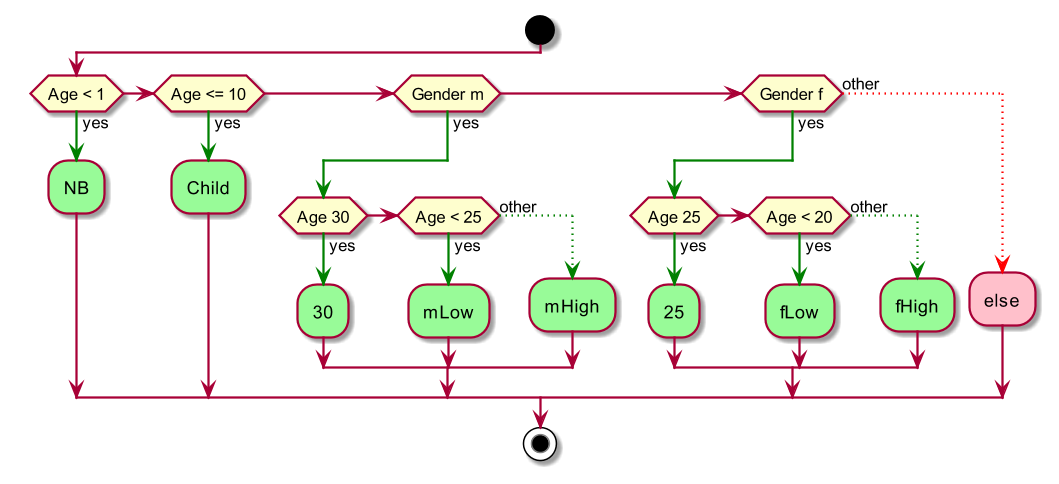
This is StrIntegerDecisionStringOutputTable.png from GiovaniPM/DMNTests, a PlantUML export, as it was before one commit. Source of this version:
```plantuml
@startuml
scale 1.5
start
if (Age < 1) then (yes)
    -[#green]->
    #palegreen:NB;
elseif (Age <= 10) then (yes)
    -[#green]->
    #palegreen:Child;
elseif (Gender m) then (yes)
    -[#green]->
    if (Age 30) then (yes)
        -[#green]->
        #palegreen:30;
    elseif (Age < 25) then (yes)
        -[#green]->
        #palegreen:mLow;
    else (other)
        -[#green,dotted]->
        #palegreen:mHigh;
    endif
elseif (Gender f) then (yes)
    -[#green]->
    if (Age 25) then (yes)
        -[#green]->
        #palegreen:25;
    elseif (Age < 20) then (yes)
        -[#green]->
        #palegreen:fLow;
    else (other)
        -[#green,dotted]->
        #palegreen:fHigh;
    endif
else (other)
    -[#red,dotted]->
    #pink:else;
endif
stop
@enduml
```
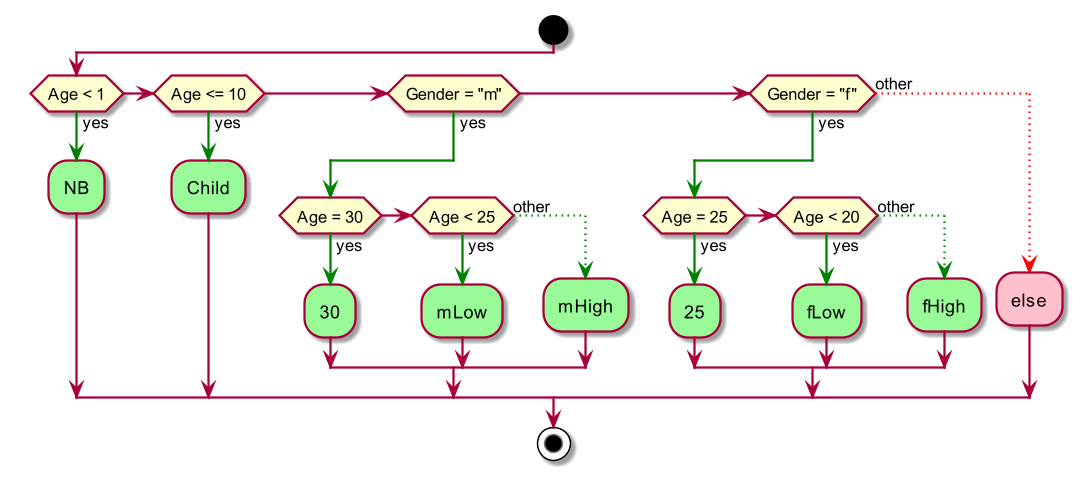
Later version of the same file.

Diff of the diagram source:
```diff
@@ -7,9 +7,9 @@
 elseif (Age <= 10) then (yes)
     -[#green]->
     #palegreen:Child;
-elseif (Gender m) then (yes)
+elseif (Gender = "m") then (yes)
     -[#green]->
-    if (Age 30) then (yes)
+    if (Age = 30) then (yes)
         -[#green]->
         #palegreen:30;
     elseif (Age < 25) then (yes)
@@ -19,9 +19,9 @@
         -[#green,dotted]->
         #palegreen:mHigh;
     endif
-elseif (Gender f) then (yes)
+elseif (Gender = "f") then (yes)
     -[#green]->
-    if (Age 25) then (yes)
+    if (Age = 25) then (yes)
         -[#green]->
         #palegreen:25;
     elseif (Age < 20) then (yes)
```
